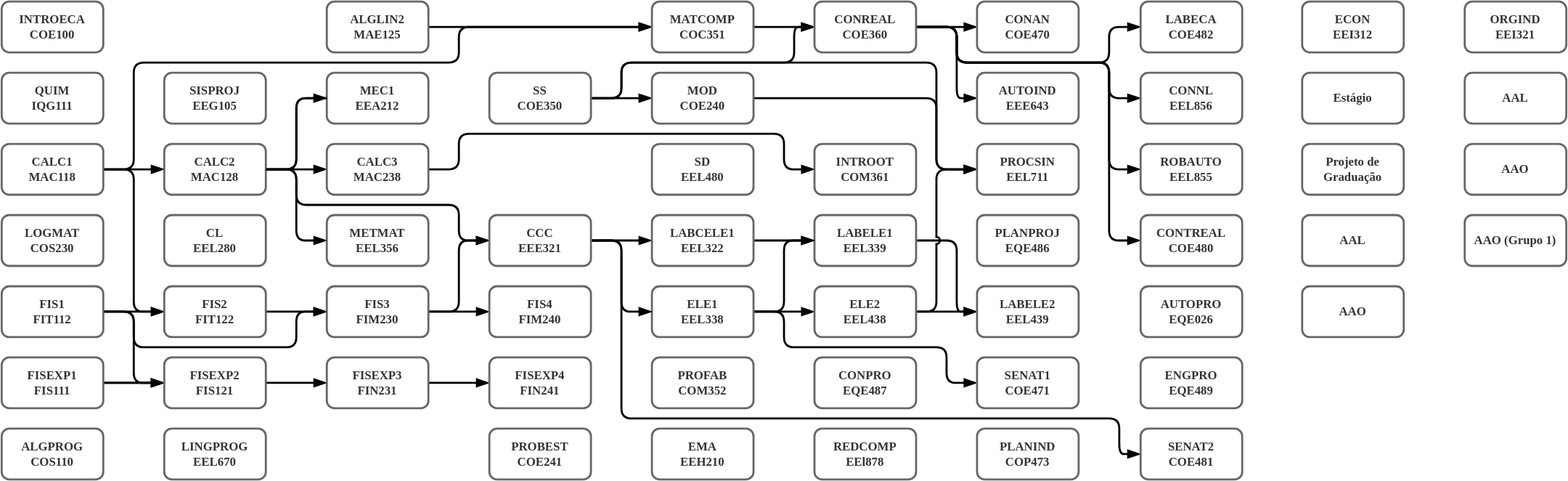
This is gradeca.drawio.svg from html-3/eca, a draw.io export, as it was before one commit. Source tidied: cells renumbered, new cells last; positions are measured from the earlier drawing's top-left corner, leaving out a move shared by most shapes.
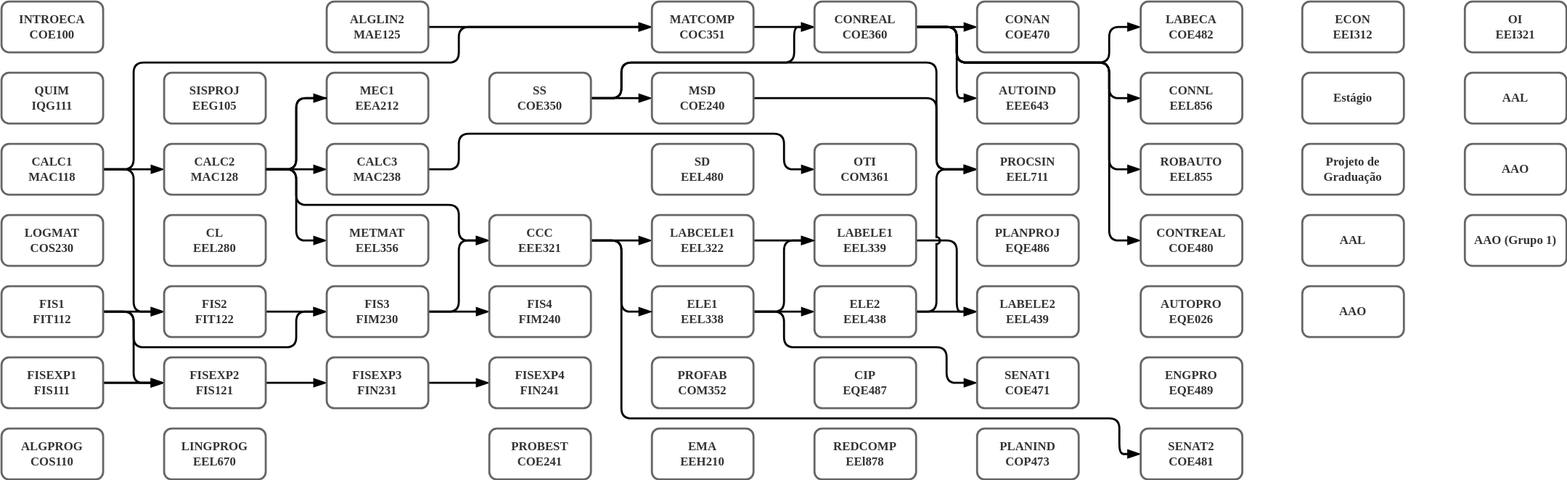
After the commit.

Commit message:
🔧 Grade ECA corrigida

Diff of the diagram source:
```diff
@@ -220,7 +220,7 @@
         </Array>
       </mxGeometry>
     </mxCell>
-    <mxCell id="49" value="&lt;b&gt;MOD&lt;br&gt;COE240&lt;br&gt;&lt;/b&gt;" style="rounded=1;whiteSpace=wrap;html=1;shadow=0;sketch=0;glass=0;strokeWidth=2;fillColor=default;fontColor=#333333;strokeColor=#666666;fontFamily=ubuntu;fontSource=https%3A%2F%2Ffonts.googleapis.com%2Fcss%3Ffamily%3Dubuntu;" parent="1" vertex="1">
+    <mxCell id="49" value="&lt;b&gt;MSD&lt;br&gt;COE240&lt;br&gt;&lt;/b&gt;" style="rounded=1;whiteSpace=wrap;html=1;shadow=0;sketch=0;glass=0;strokeWidth=2;fillColor=default;fontColor=#333333;strokeColor=#666666;fontFamily=ubuntu;fontSource=https%3A%2F%2Ffonts.googleapis.com%2Fcss%3Ffamily%3Dubuntu;" parent="1" vertex="1">
       <mxGeometry x="640" y="70" width="100" height="50" as="geometry" />
     </mxCell>
     <mxCell id="50" value="&lt;b&gt;PROFAB&lt;br&gt;COM352&lt;br&gt;&lt;/b&gt;" style="rounded=1;whiteSpace=wrap;html=1;shadow=0;sketch=0;glass=0;strokeWidth=2;fillColor=default;fontColor=#333333;strokeColor=#666666;fontFamily=ubuntu;fontSource=https%3A%2F%2Ffonts.googleapis.com%2Fcss%3Ffamily%3Dubuntu;" parent="1" vertex="1">
@@ -385,13 +385,13 @@
     <mxCell id="74" value="&lt;b&gt;CONREAL&lt;br&gt;COE360&lt;br&gt;&lt;/b&gt;" style="rounded=1;whiteSpace=wrap;html=1;shadow=0;sketch=0;glass=0;strokeWidth=2;fillColor=default;fontColor=#333333;strokeColor=#666666;fontFamily=ubuntu;fontSource=https%3A%2F%2Ffonts.googleapis.com%2Fcss%3Ffamily%3Dubuntu;" parent="1" vertex="1">
       <mxGeometry x="800" width="100" height="50" as="geometry" />
     </mxCell>
-    <mxCell id="75" value="&lt;b&gt;INTROOT&lt;br&gt;COM361&lt;br&gt;&lt;/b&gt;" style="rounded=1;whiteSpace=wrap;html=1;shadow=0;sketch=0;glass=0;strokeWidth=2;fillColor=default;fontColor=#333333;strokeColor=#666666;fontFamily=ubuntu;fontSource=https%3A%2F%2Ffonts.googleapis.com%2Fcss%3Ffamily%3Dubuntu;" parent="1" vertex="1">
+    <mxCell id="75" value="&lt;b&gt;OTI&lt;br&gt;COM361&lt;br&gt;&lt;/b&gt;" style="rounded=1;whiteSpace=wrap;html=1;shadow=0;sketch=0;glass=0;strokeWidth=2;fillColor=default;fontColor=#333333;strokeColor=#666666;fontFamily=ubuntu;fontSource=https%3A%2F%2Ffonts.googleapis.com%2Fcss%3Ffamily%3Dubuntu;" parent="1" vertex="1">
       <mxGeometry x="800" y="140" width="100" height="50" as="geometry" />
     </mxCell>
     <mxCell id="76" value="&lt;b&gt;REDCOMP&lt;br&gt;EEl878&lt;br&gt;&lt;/b&gt;" style="rounded=1;whiteSpace=wrap;html=1;shadow=0;sketch=0;glass=0;strokeWidth=2;fillColor=default;fontColor=#333333;strokeColor=#666666;fontFamily=ubuntu;fontSource=https%3A%2F%2Ffonts.googleapis.com%2Fcss%3Ffamily%3Dubuntu;" parent="1" vertex="1">
       <mxGeometry x="800" y="420" width="100" height="50" as="geometry" />
     </mxCell>
-    <mxCell id="77" value="&lt;b&gt;CONPRO&lt;br&gt;EQE487&lt;br&gt;&lt;/b&gt;" style="rounded=1;whiteSpace=wrap;html=1;shadow=0;sketch=0;glass=0;strokeWidth=2;fillColor=default;fontColor=#333333;strokeColor=#666666;fontFamily=ubuntu;fontSource=https%3A%2F%2Ffonts.googleapis.com%2Fcss%3Ffamily%3Dubuntu;" parent="1" vertex="1">
+    <mxCell id="77" value="&lt;b&gt;CIP&lt;br&gt;EQE487&lt;br&gt;&lt;/b&gt;" style="rounded=1;whiteSpace=wrap;html=1;shadow=0;sketch=0;glass=0;strokeWidth=2;fillColor=default;fontColor=#333333;strokeColor=#666666;fontFamily=ubuntu;fontSource=https%3A%2F%2Ffonts.googleapis.com%2Fcss%3Ffamily%3Dubuntu;" parent="1" vertex="1">
       <mxGeometry x="800" y="350" width="100" height="50" as="geometry" />
     </mxCell>
     <mxCell id="78" value="&lt;b&gt;CONAN&lt;br&gt;COE470&lt;br&gt;&lt;/b&gt;" style="rounded=1;whiteSpace=wrap;html=1;shadow=0;sketch=0;glass=0;strokeWidth=2;fillColor=default;fontColor=#333333;strokeColor=#666666;fontFamily=ubuntu;fontSource=https%3A%2F%2Ffonts.googleapis.com%2Fcss%3Ffamily%3Dubuntu;" parent="1" vertex="1">
@@ -451,7 +451,7 @@
     <mxCell id="96" value="&lt;b&gt;AAO&lt;br&gt;&lt;/b&gt;" style="rounded=1;whiteSpace=wrap;html=1;shadow=0;sketch=0;glass=0;strokeWidth=2;fillColor=default;fontColor=#333333;strokeColor=#666666;fontFamily=ubuntu;fontSource=https%3A%2F%2Ffonts.googleapis.com%2Fcss%3Ffamily%3Dubuntu;" parent="1" vertex="1">
       <mxGeometry x="1440" y="140" width="100" height="50" as="geometry" />
     </mxCell>
-    <mxCell id="97" value="&lt;b&gt;ORGIND&lt;br&gt;EEI321&lt;br&gt;&lt;/b&gt;" style="rounded=1;whiteSpace=wrap;html=1;shadow=0;sketch=0;glass=0;strokeWidth=2;fillColor=default;fontColor=#333333;strokeColor=#666666;fontFamily=ubuntu;fontSource=https%3A%2F%2Ffonts.googleapis.com%2Fcss%3Ffamily%3Dubuntu;" parent="1" vertex="1">
+    <mxCell id="97" value="&lt;b&gt;OI&lt;br&gt;EEI321&lt;br&gt;&lt;/b&gt;" style="rounded=1;whiteSpace=wrap;html=1;shadow=0;sketch=0;glass=0;strokeWidth=2;fillColor=default;fontColor=#333333;strokeColor=#666666;fontFamily=ubuntu;fontSource=https%3A%2F%2Ffonts.googleapis.com%2Fcss%3Ffamily%3Dubuntu;" parent="1" vertex="1">
       <mxGeometry x="1440" width="100" height="50" as="geometry" />
     </mxCell>
     <mxCell id="98" value="&lt;b&gt;MEC1&lt;br&gt;EEA212&lt;br&gt;&lt;/b&gt;" style="rounded=1;whiteSpace=wrap;html=1;shadow=0;sketch=0;glass=0;strokeWidth=2;fillColor=default;fontColor=#333333;strokeColor=#666666;fontFamily=ubuntu;fontSource=https%3A%2F%2Ffonts.googleapis.com%2Fcss%3Ffamily%3Dubuntu;" parent="1" vertex="1">
```
